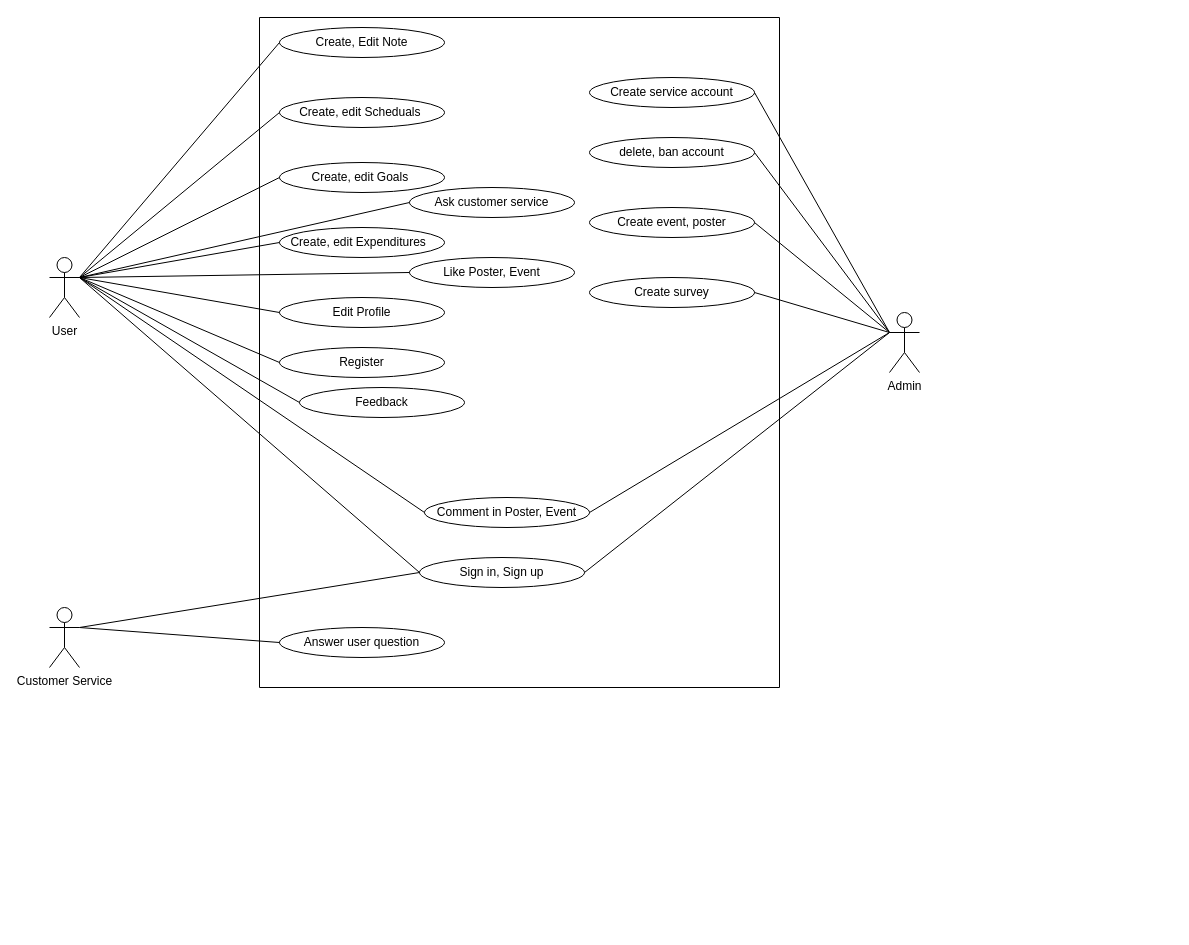
johnvo24/vku_bp2_web_youli keeps this draw.io diagram as documents/draw.io/Use Case.drawio. Above is the earlier version. Source tidied: cells renumbered, new cells numbered last; positions are measured from the earlier drawing's top-left corner, leaving out a move shared by most shapes. Both pictures are drawn from the tidied source at 100%, with x=0, y=0 at pixel (49, 17).
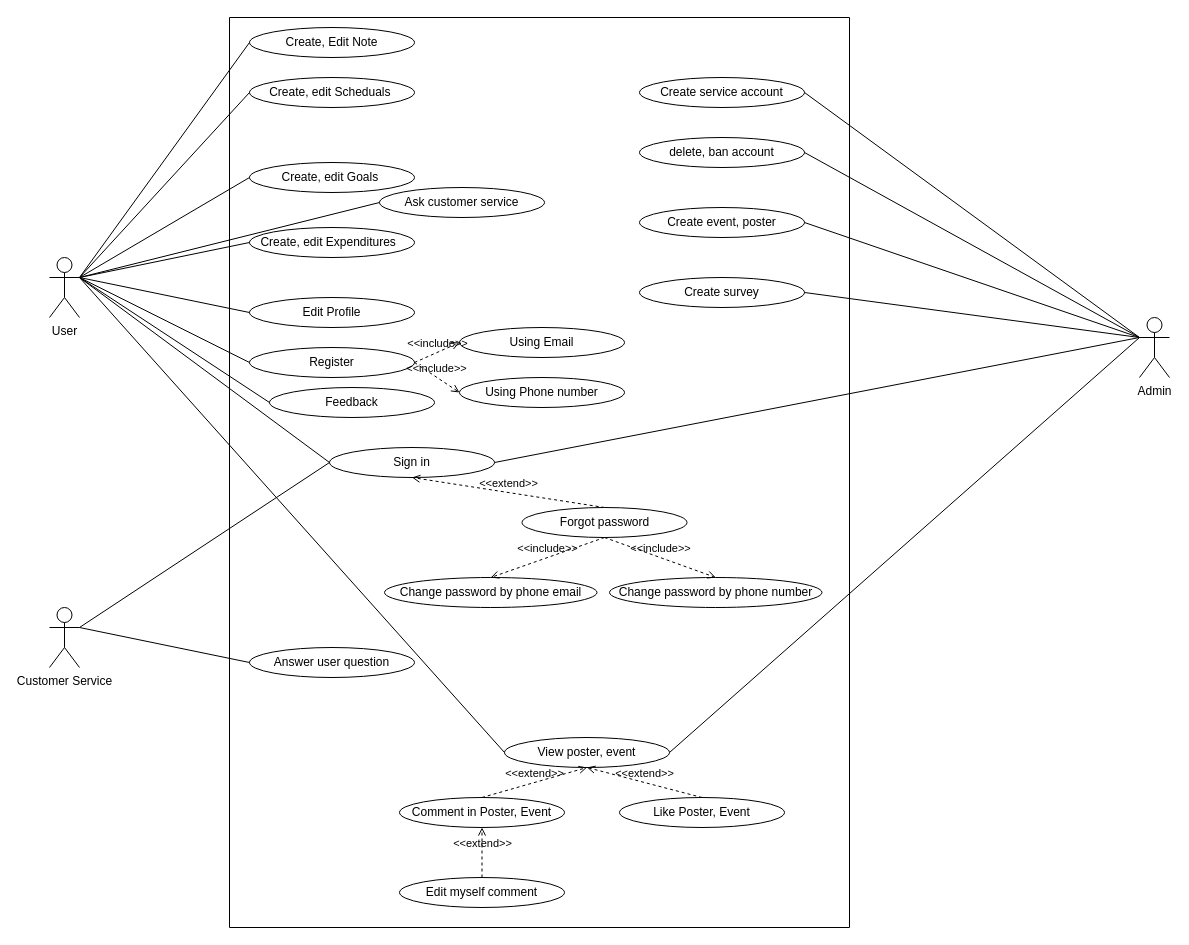
After the change.

Unchanged cells that the change refers to:
```xml
<mxCell id="3" value="User" style="shape=umlActor;verticalLabelPosition=bottom;verticalAlign=top;html=1;outlineConnect=0;horizontal=1;align=center;" parent="1" vertex="1">
  <mxGeometry y="240" width="30" height="60" as="geometry" />
</mxCell>
<mxCell id="6" value="Register" style="ellipse;whiteSpace=wrap;html=1;" parent="4" vertex="1">
  <mxGeometry x="20" y="330" width="165" height="30" as="geometry" />
</mxCell>
```

Change to the diagram source:
```diff
@@
     <mxCell id="2" value="Admin&lt;br&gt;" style="shape=umlActor;verticalLabelPosition=bottom;verticalAlign=top;html=1;outlineConnect=0;" parent="1" vertex="1">
-      <mxGeometry x="840" y="295" width="30" height="60" as="geometry" />
+      <mxGeometry x="1090" y="300" width="30" height="60" as="geometry" />
     </mxCell>
@@
     <mxCell id="4" style="swimlane;startSize=0;" parent="1" vertex="1">
-      <mxGeometry x="210" width="520" height="670" as="geometry" />
+      <mxGeometry x="180" width="620" height="910" as="geometry" />
     </mxCell>
-    <mxCell id="5" value="Sign in, Sign up" style="ellipse;whiteSpace=wrap;html=1;" parent="4" vertex="1">
-      <mxGeometry x="160" y="540" width="165" height="30" as="geometry" />
+    <mxCell id="5" value="Sign in" style="ellipse;whiteSpace=wrap;html=1;" parent="4" vertex="1">
+      <mxGeometry x="100" y="430" width="165" height="30" as="geometry" />
     </mxCell>
@@
     <mxCell id="8" value="Create, edit Scheduals&amp;nbsp;" style="ellipse;whiteSpace=wrap;html=1;" parent="4" vertex="1">
-      <mxGeometry x="20" y="80" width="165" height="30" as="geometry" />
+      <mxGeometry x="20" y="60" width="165" height="30" as="geometry" />
     </mxCell>
@@
     <mxCell id="12" value="Create service account" style="ellipse;whiteSpace=wrap;html=1;" parent="4" vertex="1">
-      <mxGeometry x="330" y="60" width="165" height="30" as="geometry" />
+      <mxGeometry x="410" y="60" width="165" height="30" as="geometry" />
     </mxCell>
     <mxCell id="13" value="delete, ban account" style="ellipse;whiteSpace=wrap;html=1;" parent="4" vertex="1">
-      <mxGeometry x="330" y="120" width="165" height="30" as="geometry" />
+      <mxGeometry x="410" y="120" width="165" height="30" as="geometry" />
     </mxCell>
     <mxCell id="14" value="Create event, poster" style="ellipse;whiteSpace=wrap;html=1;" parent="4" vertex="1">
-      <mxGeometry x="330" y="190" width="165" height="30" as="geometry" />
+      <mxGeometry x="410" y="190" width="165" height="30" as="geometry" />
     </mxCell>
@@
     <mxCell id="16" value="Comment in Poster, Event" style="ellipse;whiteSpace=wrap;html=1;" parent="4" vertex="1">
-      <mxGeometry x="165" y="480" width="165" height="30" as="geometry" />
+      <mxGeometry x="170" y="780" width="165" height="30" as="geometry" />
     </mxCell>
     <mxCell id="17" value="Like Poster, Event" style="ellipse;whiteSpace=wrap;html=1;" parent="4" vertex="1">
-      <mxGeometry x="150" y="240" width="165" height="30" as="geometry" />
+      <mxGeometry x="390" y="780" width="165" height="30" as="geometry" />
     </mxCell>
     <mxCell id="18" value="Answer user question" style="ellipse;whiteSpace=wrap;html=1;" parent="4" vertex="1">
-      <mxGeometry x="20" y="610" width="165" height="30" as="geometry" />
+      <mxGeometry x="20" y="630" width="165" height="30" as="geometry" />
     </mxCell>
@@
     <mxCell id="21" value="Create survey" style="ellipse;whiteSpace=wrap;html=1;" parent="4" vertex="1">
-      <mxGeometry x="330" y="260" width="165" height="30" as="geometry" />
+      <mxGeometry x="410" y="260" width="165" height="30" as="geometry" />
     </mxCell>
+    <mxCell id="42" value="Edit myself comment" style="ellipse;whiteSpace=wrap;html=1;" parent="4" vertex="1">
+      <mxGeometry x="170" y="860" width="165" height="30" as="geometry" />
+    </mxCell>
+    <mxCell id="43" value="Forgot password" style="ellipse;whiteSpace=wrap;html=1;" parent="4" vertex="1">
+      <mxGeometry x="292.5" y="490" width="165" height="30" as="geometry" />
+    </mxCell>
+    <mxCell id="44" value="Change password by phone number" style="ellipse;whiteSpace=wrap;html=1;" parent="4" vertex="1">
+      <mxGeometry x="380" y="560" width="212.5" height="30" as="geometry" />
+    </mxCell>
+    <mxCell id="45" value="Change password by phone email" style="ellipse;whiteSpace=wrap;html=1;" parent="4" vertex="1">
+      <mxGeometry x="155" y="560" width="212.5" height="30" as="geometry" />
+    </mxCell>
+    <mxCell id="46" value="&amp;lt;&amp;lt;include&amp;gt;&amp;gt;" style="html=1;verticalAlign=bottom;labelBackgroundColor=none;endArrow=open;endFill=0;dashed=1;rounded=0;entryX=0.5;entryY=0;entryDx=0;entryDy=0;exitX=0.5;exitY=1;exitDx=0;exitDy=0;" parent="4" edge="1" source="43" target="45">
+      <mxGeometry relative="1" as="geometry" />
+    </mxCell>
+    <mxCell id="47" value="&amp;lt;&amp;lt;include&amp;gt;&amp;gt;" style="html=1;verticalAlign=bottom;labelBackgroundColor=none;endArrow=open;endFill=0;dashed=1;rounded=0;entryX=0.5;entryY=0;entryDx=0;entryDy=0;exitX=0.5;exitY=1;exitDx=0;exitDy=0;" parent="4" edge="1" source="43" target="44">
+      <mxGeometry relative="1" as="geometry" />
+    </mxCell>
+    <mxCell id="48" value="&amp;lt;&amp;lt;extend&amp;gt;&amp;gt;" style="html=1;verticalAlign=bottom;labelBackgroundColor=none;endArrow=open;endFill=0;dashed=1;rounded=0;entryX=0.5;entryY=1;entryDx=0;entryDy=0;exitX=0.5;exitY=0;exitDx=0;exitDy=0;" parent="4" edge="1" source="43" target="5">
+      <mxGeometry relative="1" as="geometry" />
+    </mxCell>
+    <mxCell id="49" value="&amp;lt;&amp;lt;extend&amp;gt;&amp;gt;" style="html=1;verticalAlign=bottom;labelBackgroundColor=none;endArrow=open;endFill=0;dashed=1;rounded=0;entryX=0.5;entryY=1;entryDx=0;entryDy=0;exitX=0.5;exitY=0;exitDx=0;exitDy=0;" parent="4" edge="1" source="42" target="16">
+      <mxGeometry relative="1" as="geometry" />
+    </mxCell>
+    <mxCell id="50" value="Using Email" style="ellipse;whiteSpace=wrap;html=1;" parent="4" vertex="1">
+      <mxGeometry x="230" y="310" width="165" height="30" as="geometry" />
+    </mxCell>
+    <mxCell id="51" value="&amp;lt;&amp;lt;include&amp;gt;&amp;gt;" style="html=1;verticalAlign=bottom;labelBackgroundColor=none;endArrow=open;endFill=0;dashed=1;rounded=0;entryX=0;entryY=0.5;entryDx=0;entryDy=0;exitX=1;exitY=0.5;exitDx=0;exitDy=0;" parent="4" edge="1" source="6" target="50">
+      <mxGeometry relative="1" as="geometry" />
+    </mxCell>
+    <mxCell id="52" value="Using Phone number" style="ellipse;whiteSpace=wrap;html=1;" parent="4" vertex="1">
+      <mxGeometry x="230" y="360" width="165" height="30" as="geometry" />
+    </mxCell>
+    <mxCell id="53" value="&amp;lt;&amp;lt;include&amp;gt;&amp;gt;" style="html=1;verticalAlign=bottom;labelBackgroundColor=none;endArrow=open;endFill=0;dashed=1;rounded=0;entryX=0;entryY=0.5;entryDx=0;entryDy=0;exitX=1;exitY=0.5;exitDx=0;exitDy=0;" parent="4" edge="1" source="6" target="52">
+      <mxGeometry relative="1" as="geometry" />
+    </mxCell>
+    <mxCell id="54" value="View poster, event" style="ellipse;whiteSpace=wrap;html=1;" parent="4" vertex="1">
+      <mxGeometry x="275" y="720" width="165" height="30" as="geometry" />
+    </mxCell>
+    <mxCell id="55" value="&amp;lt;&amp;lt;extend&amp;gt;&amp;gt;" style="html=1;verticalAlign=bottom;labelBackgroundColor=none;endArrow=open;endFill=0;dashed=1;rounded=0;entryX=0.5;entryY=1;entryDx=0;entryDy=0;exitX=0.5;exitY=0;exitDx=0;exitDy=0;" parent="4" edge="1" source="17" target="54">
+      <mxGeometry relative="1" as="geometry" />
+    </mxCell>
+    <mxCell id="56" value="&amp;lt;&amp;lt;extend&amp;gt;&amp;gt;" style="html=1;verticalAlign=bottom;labelBackgroundColor=none;endArrow=open;endFill=0;dashed=1;rounded=0;entryX=0.5;entryY=1;entryDx=0;entryDy=0;exitX=0.5;exitY=0;exitDx=0;exitDy=0;" parent="4" edge="1" source="16" target="54">
+      <mxGeometry relative="1" as="geometry" />
+    </mxCell>
@@
-    <mxCell id="35" style="endArrow=none;html=1;rounded=0;exitX=1;exitY=0.3333333333333333;exitDx=0;exitDy=0;exitPerimeter=0;entryX=0;entryY=0.5;entryDx=0;entryDy=0;" parent="1" edge="1" source="3" target="16">
-      <mxGeometry relative="1" as="geometry" />
-    </mxCell>
-    <mxCell id="36" style="endArrow=none;html=1;rounded=0;exitX=0;exitY=0.3333333333333333;exitDx=0;exitDy=0;exitPerimeter=0;entryX=1;entryY=0.5;entryDx=0;entryDy=0;" parent="1" edge="1" source="2" target="16">
-      <mxGeometry relative="1" as="geometry" />
-    </mxCell>
-    <mxCell id="37" style="endArrow=none;html=1;rounded=0;exitX=1;exitY=0.3333333333333333;exitDx=0;exitDy=0;exitPerimeter=0;entryX=0;entryY=0.5;entryDx=0;entryDy=0;" parent="1" edge="1" source="3" target="17">
-      <mxGeometry relative="1" as="geometry" />
-    </mxCell>
@@
+    <mxCell id="57" style="endArrow=none;html=1;rounded=0;exitX=1;exitY=0.3333333333333333;exitDx=0;exitDy=0;exitPerimeter=0;entryX=0;entryY=0.5;entryDx=0;entryDy=0;" parent="1" edge="1" source="3" target="54">
+      <mxGeometry relative="1" as="geometry" />
+    </mxCell>
+    <mxCell id="58" style="endArrow=none;html=1;rounded=0;exitX=1;exitY=0.5;exitDx=0;exitDy=0;entryX=0;entryY=0.3333333333333333;entryDx=0;entryDy=0;entryPerimeter=0;" parent="1" edge="1" source="54" target="2">
+      <mxGeometry relative="1" as="geometry" />
+    </mxCell>
```
